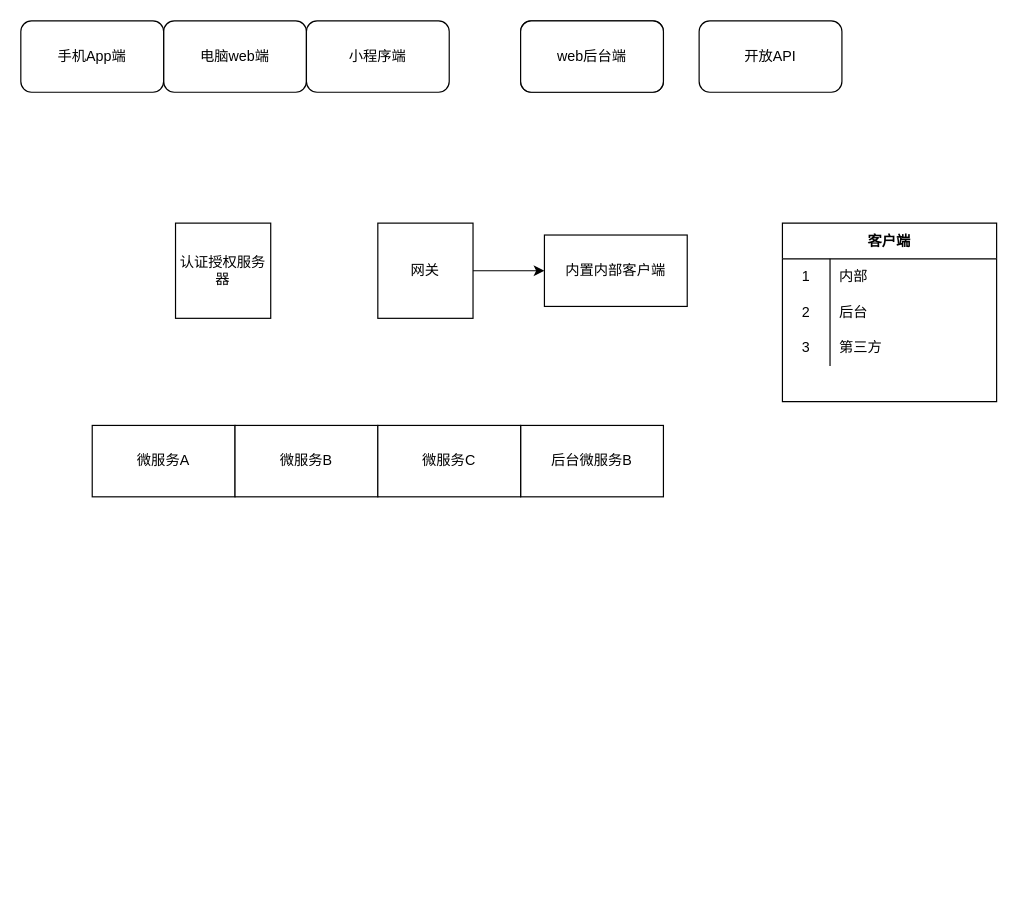
fjx5762/coding-note keeps this draw.io diagram as 未命名绘图.drawio. Above is the earlier version. Source tidied: cells renumbered, new cells numbered last; positions are measured from the earlier drawing's top-left corner, leaving out a move shared by most shapes. Both pictures are drawn from the tidied source at 119%, with x=0, y=0 at pixel (20, 20).
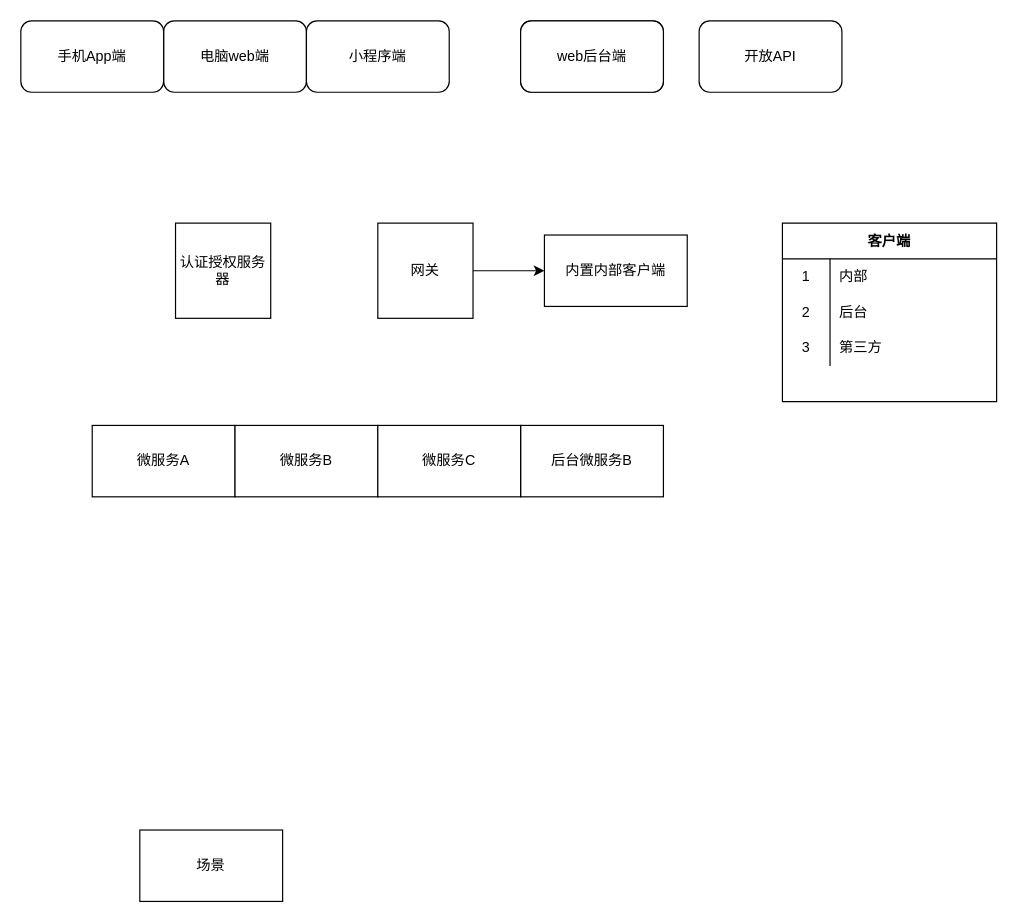
The same page after the edit.

Commit message:
更新未命名绘图.drawio

Change to the diagram source:
```diff
@@
+    <mxCell id="26" value="场景" style="rounded=0;whiteSpace=wrap;html=1;" parent="1" vertex="1">
+      <mxGeometry x="100" y="680" width="120" height="60" as="geometry" />
+    </mxCell>
```
